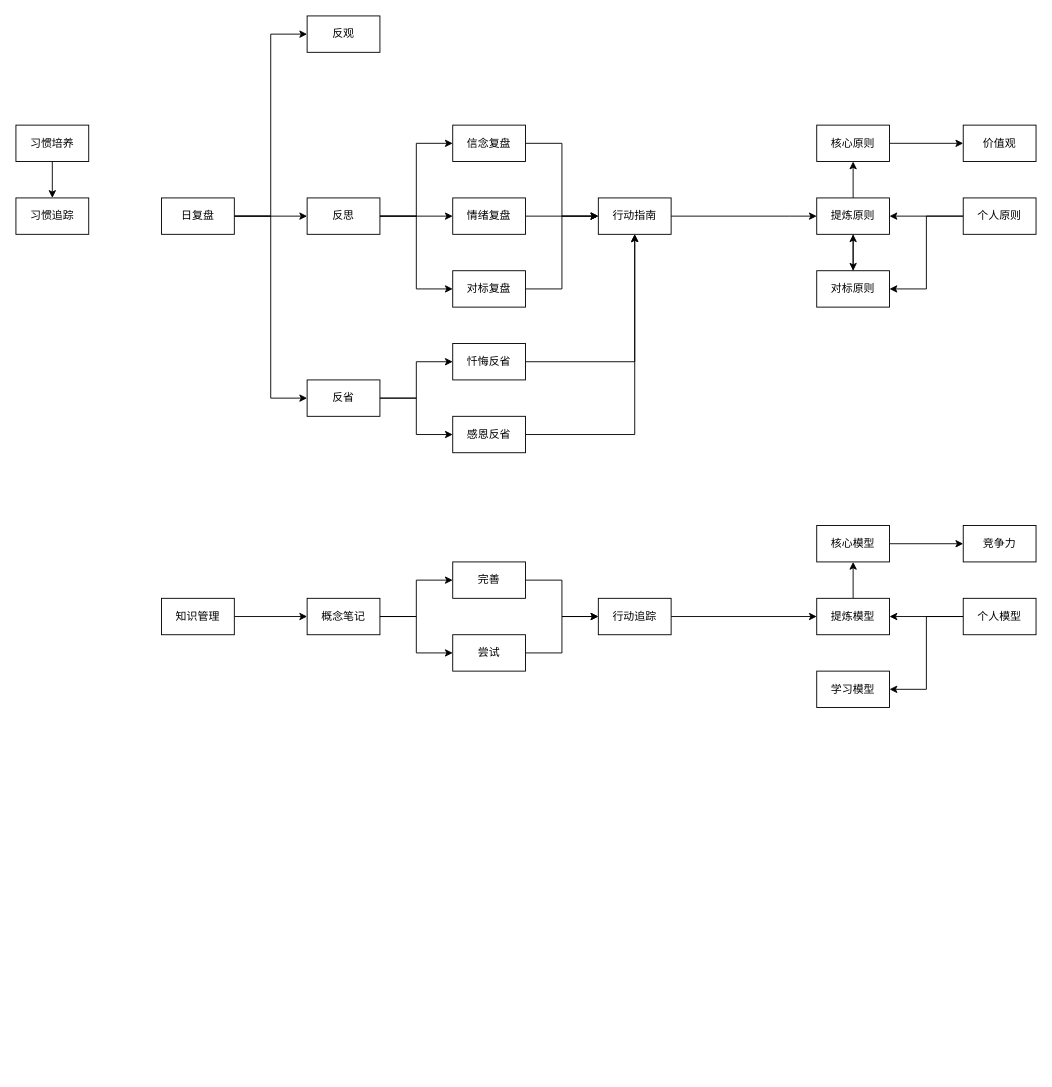
youyusan/life_system keeps this draw.io diagram as page "第 1 页" (1 of 2) of 人生系统.drawio. Above is the earlier version. Source tidied: cells renumbered, new cells numbered last; positions are measured from the earlier drawing's top-left corner, leaving out a move shared by most shapes. Both pictures are drawn from the tidied source at 91%, with x=0, y=0 at pixel (15, 15).
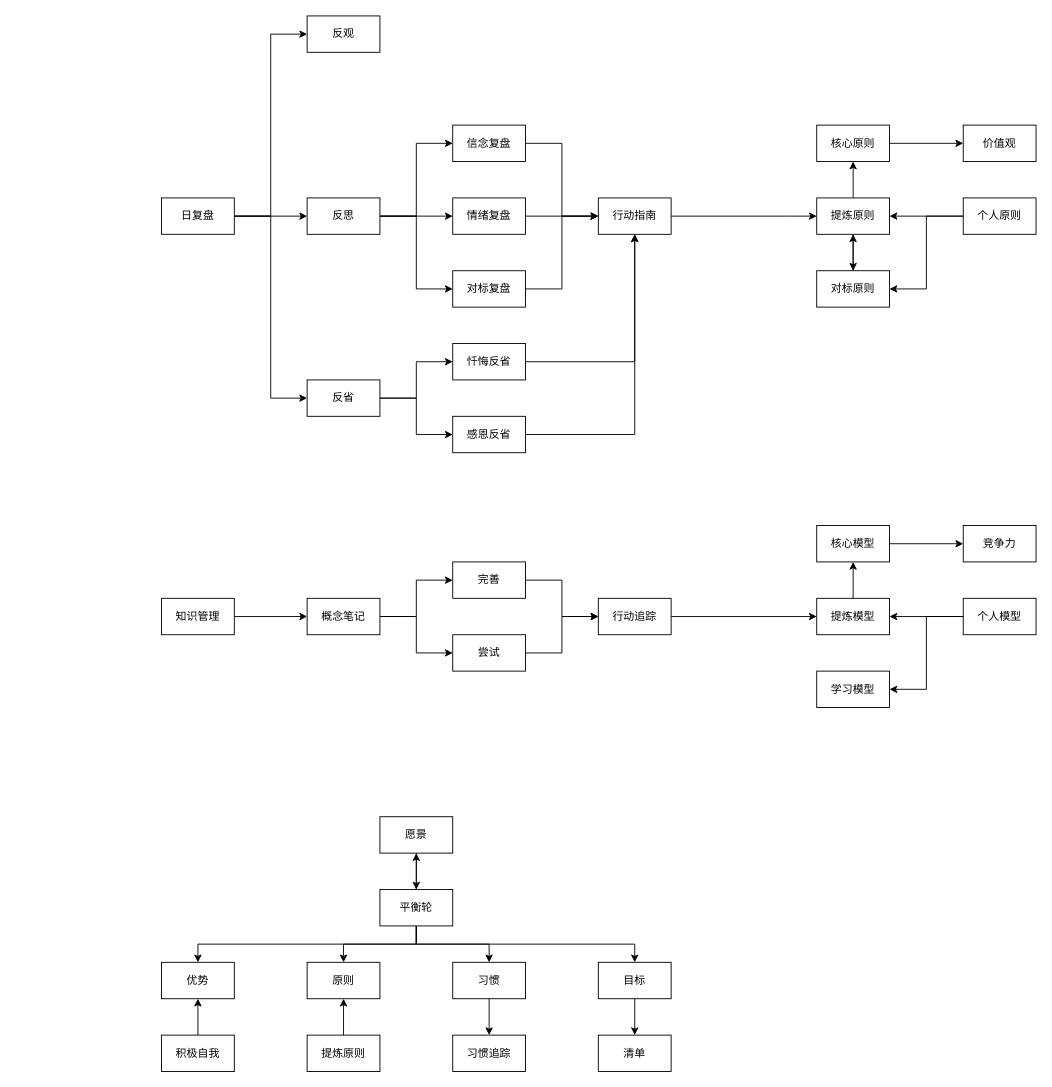
The same diagram, later.

Commit message:
更新人生系统.drawio

Diff of the diagram source:
```diff
@@
     <mxCell id="2" value="习惯追踪" style="rounded=0;whiteSpace=wrap;html=1;" parent="1" vertex="1">
-      <mxGeometry y="200" width="80" height="40" as="geometry" />
+      <mxGeometry x="480" y="1120" width="80" height="40" as="geometry" />
     </mxCell>
@@
-    <mxCell id="4" value="习惯培养" style="rounded=0;whiteSpace=wrap;html=1;" parent="1" vertex="1">
-      <mxGeometry y="120" width="80" height="40" as="geometry" />
+    <mxCell id="4" value="习惯" style="rounded=0;whiteSpace=wrap;html=1;" parent="1" vertex="1">
+      <mxGeometry x="480" y="1040" width="80" height="40" as="geometry" />
     </mxCell>
@@
+    <mxCell id="60" style="edgeStyle=orthogonalEdgeStyle;rounded=0;jettySize=auto;html=1;entryX=0.5;entryY=0;entryDx=0;entryDy=0;" parent="1" edge="1" source="61" target="67">
+      <mxGeometry relative="1" as="geometry" />
+    </mxCell>
+    <mxCell id="61" value="愿景" style="rounded=0;whiteSpace=wrap;html=1;" parent="1" vertex="1">
+      <mxGeometry x="400" y="880" width="80" height="40" as="geometry" />
+    </mxCell>
+    <mxCell id="62" style="edgeStyle=orthogonalEdgeStyle;rounded=0;jettySize=auto;html=1;" parent="1" edge="1" source="67" target="61">
+      <mxGeometry relative="1" as="geometry" />
+    </mxCell>
+    <mxCell id="63" style="edgeStyle=orthogonalEdgeStyle;rounded=0;jettySize=auto;html=1;" parent="1" edge="1" source="67" target="68">
+      <mxGeometry relative="1" as="geometry">
+        <Array as="points">
+          <mxPoint x="440" y="1020" />
+          <mxPoint x="200" y="1020" />
+        </Array>
+      </mxGeometry>
+    </mxCell>
+    <mxCell id="64" style="edgeStyle=orthogonalEdgeStyle;rounded=0;jettySize=auto;html=1;entryX=0.5;entryY=0;entryDx=0;entryDy=0;" parent="1" edge="1" source="67" target="69">
+      <mxGeometry relative="1" as="geometry" />
+    </mxCell>
+    <mxCell id="65" style="edgeStyle=orthogonalEdgeStyle;rounded=0;jettySize=auto;html=1;" parent="1" edge="1" source="67" target="4">
+      <mxGeometry relative="1" as="geometry" />
+    </mxCell>
+    <mxCell id="66" style="edgeStyle=orthogonalEdgeStyle;rounded=0;jettySize=auto;html=1;" parent="1" edge="1" source="67" target="75">
+      <mxGeometry relative="1" as="geometry">
+        <Array as="points">
+          <mxPoint x="440" y="1020" />
+          <mxPoint x="680" y="1020" />
+        </Array>
+      </mxGeometry>
+    </mxCell>
+    <mxCell id="67" value="平衡轮" style="rounded=0;whiteSpace=wrap;html=1;" parent="1" vertex="1">
+      <mxGeometry x="400" y="960" width="80" height="40" as="geometry" />
+    </mxCell>
+    <mxCell id="68" value="优势" style="rounded=0;whiteSpace=wrap;html=1;" parent="1" vertex="1">
+      <mxGeometry x="160" y="1040" width="80" height="40" as="geometry" />
+    </mxCell>
+    <mxCell id="69" value="原则" style="rounded=0;whiteSpace=wrap;html=1;" parent="1" vertex="1">
+      <mxGeometry x="320" y="1040" width="80" height="40" as="geometry" />
+    </mxCell>
+    <mxCell id="70" style="edgeStyle=orthogonalEdgeStyle;rounded=0;jettySize=auto;html=1;" parent="1" edge="1" source="71" target="68">
+      <mxGeometry relative="1" as="geometry" />
+    </mxCell>
+    <mxCell id="71" value="积极自我" style="rounded=0;whiteSpace=wrap;html=1;" parent="1" vertex="1">
+      <mxGeometry x="160" y="1120" width="80" height="40" as="geometry" />
+    </mxCell>
+    <mxCell id="72" style="edgeStyle=orthogonalEdgeStyle;rounded=0;jettySize=auto;html=1;entryX=0.5;entryY=1;entryDx=0;entryDy=0;" parent="1" edge="1" source="73" target="69">
+      <mxGeometry relative="1" as="geometry" />
+    </mxCell>
+    <mxCell id="73" value="提炼原则" style="rounded=0;whiteSpace=wrap;html=1;" parent="1" vertex="1">
+      <mxGeometry x="320" y="1120" width="80" height="40" as="geometry" />
+    </mxCell>
+    <mxCell id="74" style="edgeStyle=orthogonalEdgeStyle;rounded=0;jettySize=auto;html=1;entryX=0.5;entryY=0;entryDx=0;entryDy=0;" parent="1" edge="1" source="75" target="76">
+      <mxGeometry relative="1" as="geometry" />
+    </mxCell>
+    <mxCell id="75" value="目标" style="rounded=0;whiteSpace=wrap;html=1;" parent="1" vertex="1">
+      <mxGeometry x="640" y="1040" width="80" height="40" as="geometry" />
+    </mxCell>
+    <mxCell id="76" value="清单" style="rounded=0;whiteSpace=wrap;html=1;" parent="1" vertex="1">
+      <mxGeometry x="640" y="1120" width="80" height="40" as="geometry" />
+    </mxCell>
```
